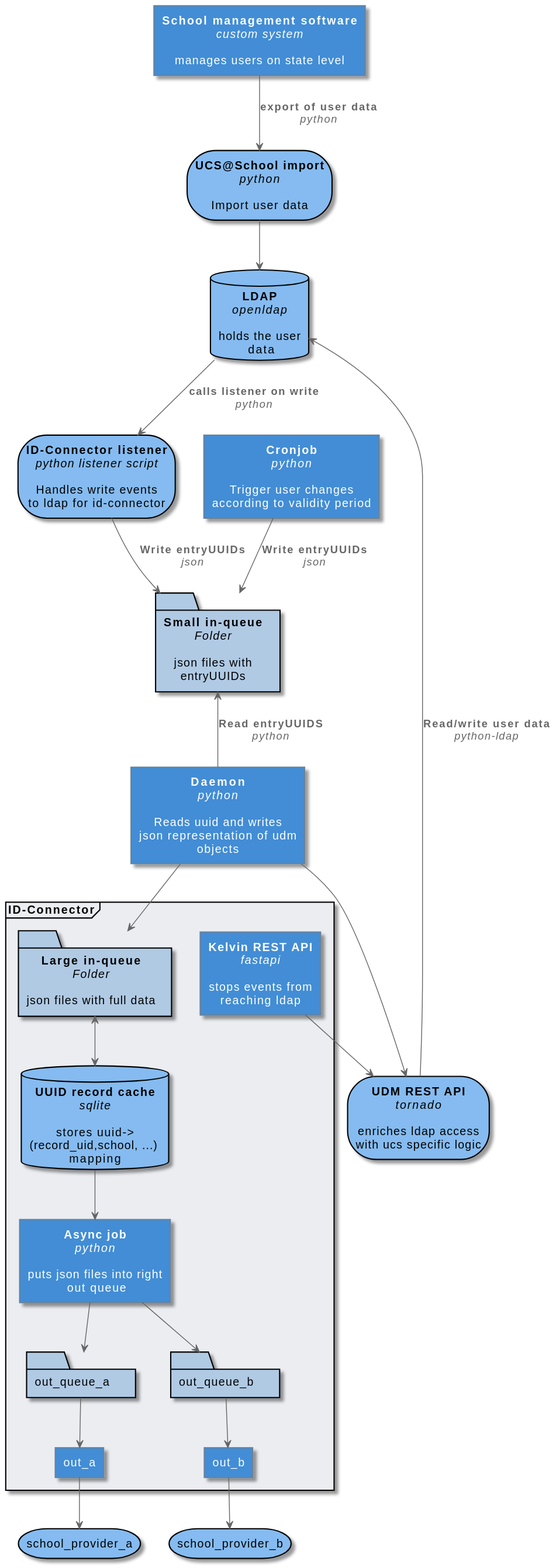
This is docs/source/static/ucsschool-id-connector.svg from univention/ucsschool-id-connector, a PlantUML export, as it was before one commit. The source it was exported from:
```plantuml
@startuml


skinparam defaultTextAlignment center

skinparam AgentBackgroundColor #438dd5
skinparam AgentFontColor white
skinparam AgentBorderColor #6a8198

skinparam StorageBackgroundColor #85bbf0
skinparam DatabaseBackgroundColor #85bbf0
skinparam FolderBackgroundColor #b0cae4

skinparam ArrowColor #666666
skinparam ArrowFontColor #666666

skinparam FrameBackgroundColor #ebedf1



agent "<b>School management software\n<i>custom system\n\nmanages users on state level" as sms
storage "<b>UCS@School import\n<i>python\n\nImport user data" as import
database "<b>LDAP\n<i>openldap\n\nholds the user\n data" as ldap
storage "<b>ID-Connector listener\n<i>python listener script\n\nHandles write events\nto ldap for id-connector" as id_connector_listener
agent "<b>Cronjob\n<i>python\n\nTrigger user changes\naccording to validity period" as cronjob
folder "<b>Small in-queue\n<i>Folder\n\njson files with\nentryUUIDs" as small_in_queue
agent "<b>Daemon\n<i>python\n\nReads uuid and writes\njson representation of udm\nobjects" as daemon
storage "<b>UDM REST API\n<i>tornado\n\nenriches ldap access\nwith ucs specific logic" as udm_rest_api



frame ID-Connector {


agent "<b>Kelvin REST API\n<i>fastapi\n\nstops events from\nreaching ldap" as kelvin_rest_api

folder "<b>Large in-queue\n<i>Folder\n\njson files with full data" as large_in_queue


database "<b>UUID record cache\n<i>sqlite\n\nstores uuid->\n(record_uid,school, ...) \nmapping" as uuid_record_cache


agent "<b>Async job\n<i>python\n\nputs json files into right\n out queue" as async_job
folder "out_queue_a" as out_queue_a
folder "out_queue_b" as out_queue_b
agent "out_a" as out_a
agent "out_b" as out_b

}
storage "school_provider_a" as school_provider_a
storage "school_provider_b" as school_provider_b

sms --> import : <b>export of user data\n<i>python
import --> ldap
ldap --> id_connector_listener : <b>calls listener on write\n<i>python
id_connector_listener --> small_in_queue: <b>Write entryUUIDs\n<i>json
cronjob --> small_in_queue: <b>Write entryUUIDs\n<i>json
small_in_queue <-- daemon: <b>Read entryUUIDS\n<i>python
daemon --> large_in_queue
large_in_queue <-->uuid_record_cache
uuid_record_cache --> async_job
async_job --> out_queue_a
out_queue_a --> out_a
out_a --> school_provider_a
async_job --> out_queue_b
out_queue_b --> out_b
out_b --> school_provider_b
daemon --> udm_rest_api
udm_rest_api --> ldap: <b>Read/write user data\n<i>python-ldap
kelvin_rest_api --> udm_rest_api


@enduml
```
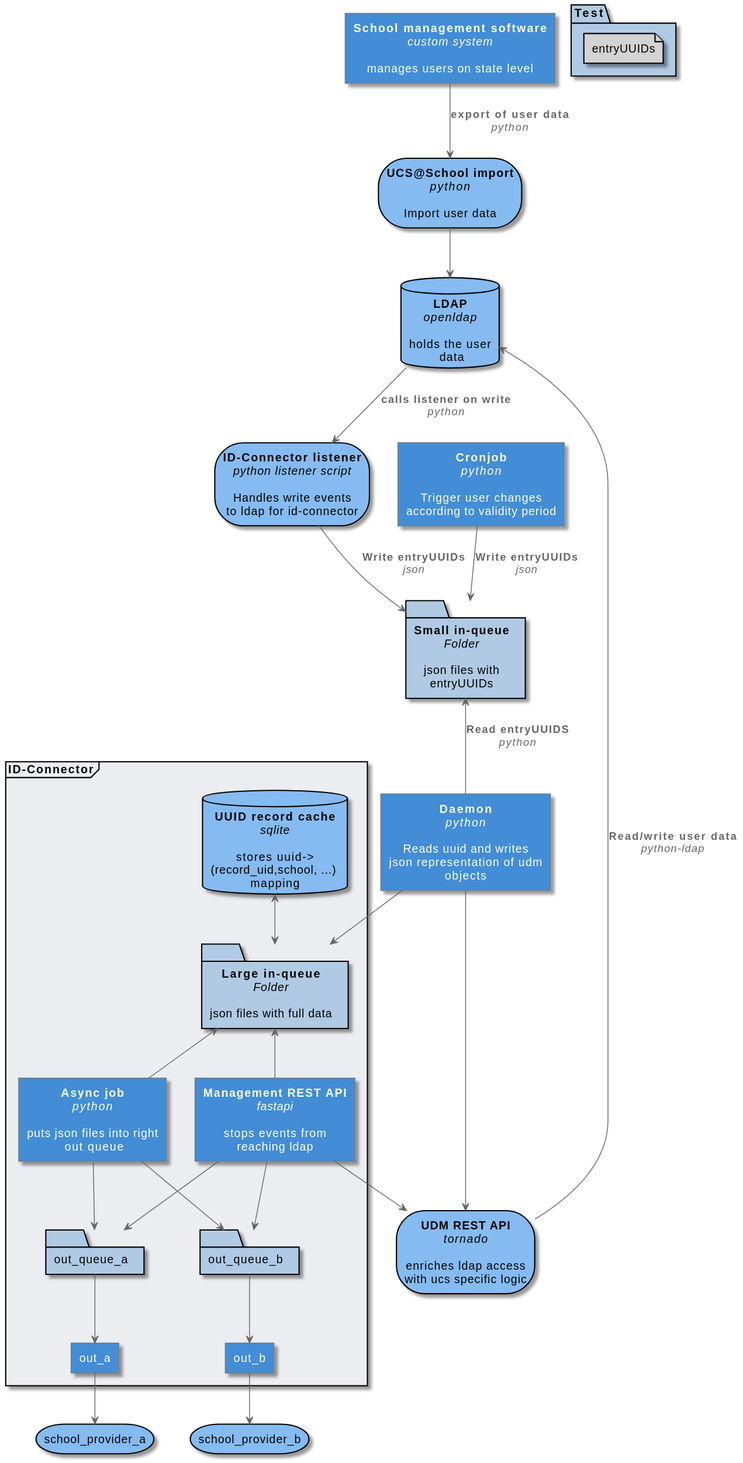
The same file after the commit.

Diff of the diagram source:
```diff
@@ -10,6 +10,7 @@
 skinparam StorageBackgroundColor #85bbf0
 skinparam DatabaseBackgroundColor #85bbf0
 skinparam FolderBackgroundColor #b0cae4
+skinparam FileBackgroundColor lightgrey
 
 skinparam ArrowColor #666666
 skinparam ArrowFontColor #666666
@@ -19,35 +20,47 @@
 
 
 agent "<b>School management software\n<i>custom system\n\nmanages users on state level" as sms
+
 storage "<b>UCS@School import\n<i>python\n\nImport user data" as import
+
 database "<b>LDAP\n<i>openldap\n\nholds the user\n data" as ldap
+
 storage "<b>ID-Connector listener\n<i>python listener script\n\nHandles write events\nto ldap for id-connector" as id_connector_listener
+
 agent "<b>Cronjob\n<i>python\n\nTrigger user changes\naccording to validity period" as cronjob
+
 folder "<b>Small in-queue\n<i>Folder\n\njson files with\nentryUUIDs" as small_in_queue
-agent "<b>Daemon\n<i>python\n\nReads uuid and writes\njson representation of udm\nobjects" as daemon
+
 storage "<b>UDM REST API\n<i>tornado\n\nenriches ldap access\nwith ucs specific logic" as udm_rest_api
 
 
 
+agent "<b>Daemon\n<i>python\n\nReads uuid and writes\njson representation of udm\nobjects" as daemon
+
 frame ID-Connector {
 
 
-agent "<b>Kelvin REST API\n<i>fastapi\n\nstops events from\nreaching ldap" as kelvin_rest_api
 
-folder "<b>Large in-queue\n<i>Folder\n\njson files with full data" as large_in_queue
+    agent "<b>Management REST API\n<i>fastapi\n\nstops events from\nreaching ldap" as management_api
 
+    folder "<b>Large in-queue\n<i>Folder\n\njson files with full data" as large_in_queue
 
-database "<b>UUID record cache\n<i>sqlite\n\nstores uuid->\n(record_uid,school, ...) \nmapping" as uuid_record_cache
+    database "<b>UUID record cache\n<i>sqlite\n\nstores uuid->\n(record_uid,school, ...) \nmapping" as uuid_record_cache
 
+    agent "<b>Async job\n<i>python\n\nputs json files into right\n out queue" as async_job
 
-agent "<b>Async job\n<i>python\n\nputs json files into right\n out queue" as async_job
-folder "out_queue_a" as out_queue_a
-folder "out_queue_b" as out_queue_b
-agent "out_a" as out_a
-agent "out_b" as out_b
+    folder "out_queue_a" as out_queue_a
+
+    folder "out_queue_b" as out_queue_b
+
+    agent "out_a" as out_a
+
+    agent "out_b" as out_b
 
 }
+
 storage "school_provider_a" as school_provider_a
+
 storage "school_provider_b" as school_provider_b
 
 sms --> import : <b>export of user data\n<i>python
@@ -57,8 +70,8 @@
 cronjob --> small_in_queue: <b>Write entryUUIDs\n<i>json
 small_in_queue <-- daemon: <b>Read entryUUIDS\n<i>python
 daemon --> large_in_queue
-large_in_queue <-->uuid_record_cache
-uuid_record_cache --> async_job
+ uuid_record_cache <--> large_in_queue
+large_in_queue <-- async_job
 async_job --> out_queue_a
 out_queue_a --> out_a
 out_a --> school_provider_a
@@ -67,7 +80,15 @@
 out_b --> school_provider_b
 daemon --> udm_rest_api
 udm_rest_api --> ldap: <b>Read/write user data\n<i>python-ldap
-kelvin_rest_api --> udm_rest_api
+management_api --> udm_rest_api
+large_in_queue <-- management_api
+management_api --> out_queue_a
+management_api --> out_queue_b
 
 
+
+folder Test {
+    File entryUUIDs
+}
+
 @enduml
```
